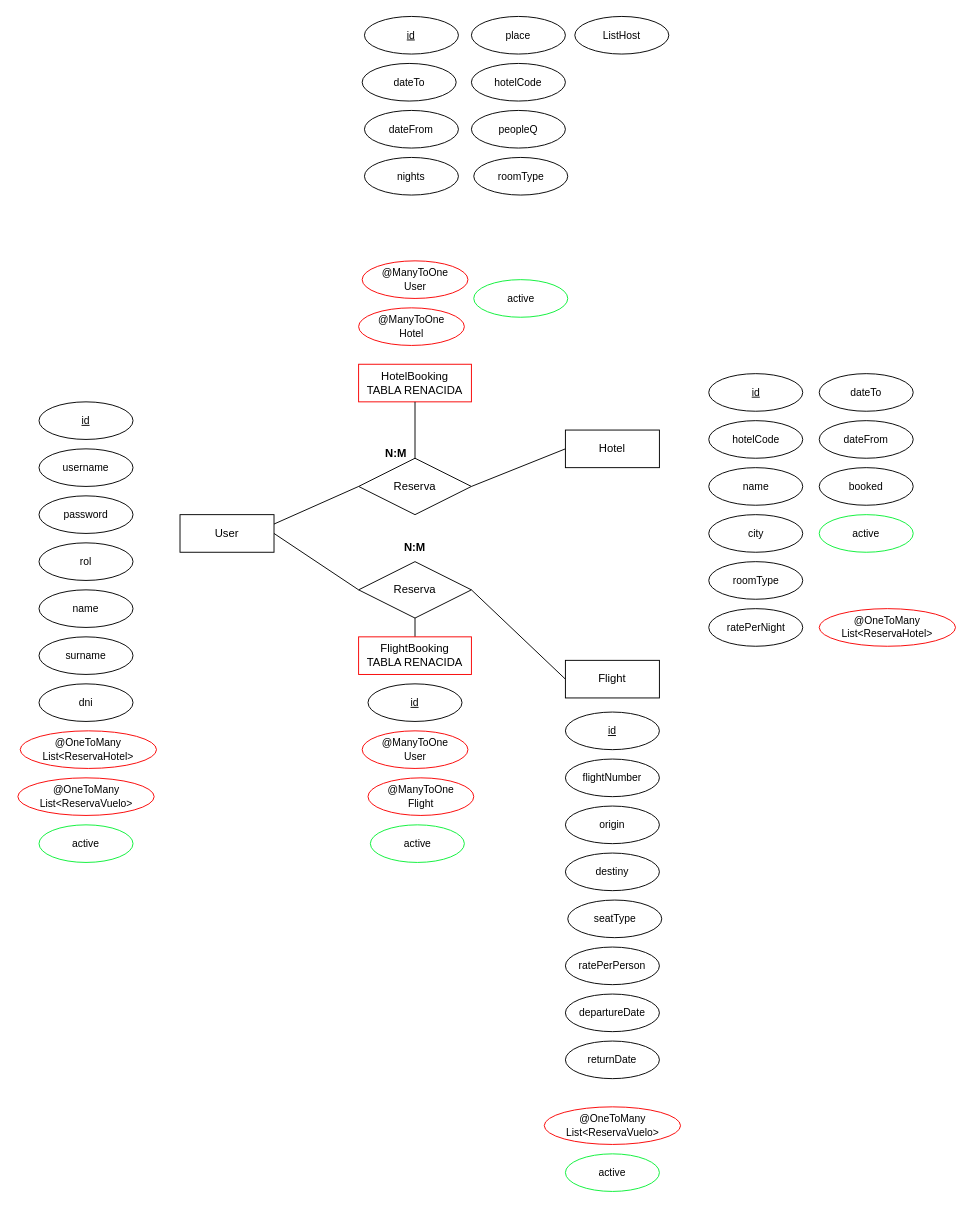
AlbertoArroyoS/albertoArroyo_pruebatec4 keeps this draw.io diagram as Diagrama.drawio. Above is the earlier version. Source tidied: cells renumbered, new cells numbered last; positions are measured from the earlier drawing's top-left corner, leaving out a move shared by most shapes. Both pictures are drawn from the tidied source at 94%, with x=0, y=0 at pixel (18, 16).
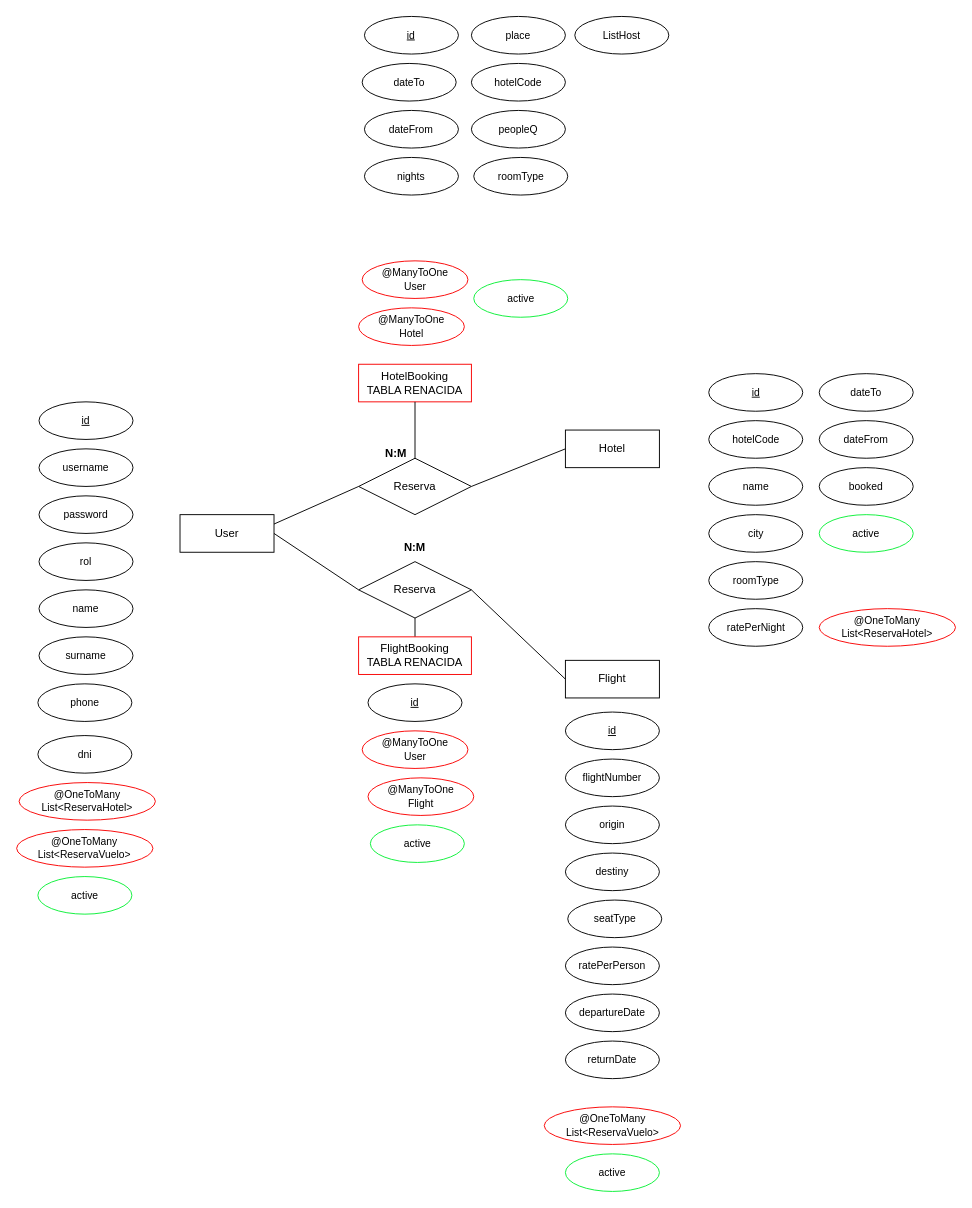
The same page after the edit.

Commit message (it also covers changes not shown here):
User model

The edit, as a diff of the source:
```diff
@@
     <mxCell id="25" value="@OneToMany&lt;div&gt;List&amp;lt;ReservaHotel&amp;gt;&lt;/div&gt;" style="ellipse;whiteSpace=wrap;html=1;align=center;fontFamily=Helvetica;fontSize=11;fontColor=default;labelBackgroundColor=default;strokeColor=light-dark(#f90101, #ededed);" parent="1" vertex="1">
-      <mxGeometry x="2" y="760" width="145" height="40" as="geometry" />
+      <mxGeometry x="0.8" y="815" width="145" height="40" as="geometry" />
     </mxCell>
     <mxCell id="26" value="@OneToMany&lt;div&gt;List&amp;lt;ReservaVuelo&amp;gt;&lt;/div&gt;" style="ellipse;whiteSpace=wrap;html=1;align=center;fontFamily=Helvetica;fontSize=11;fontColor=default;labelBackgroundColor=default;strokeColor=light-dark(#fa0000, #ededed);" parent="1" vertex="1">
-      <mxGeometry x="-0.5" y="810" width="145" height="40" as="geometry" />
+      <mxGeometry x="-1.8" y="865" width="145" height="40" as="geometry" />
     </mxCell>
@@
     <mxCell id="51" value="active" style="ellipse;whiteSpace=wrap;html=1;align=center;fontFamily=Helvetica;fontSize=11;fontColor=default;labelBackgroundColor=default;strokeColor=light-dark(#09f137, #ededed);" parent="1" vertex="1">
-      <mxGeometry x="22" y="860" width="100" height="40" as="geometry" />
+      <mxGeometry x="20.8" y="915" width="100" height="40" as="geometry" />
     </mxCell>
@@
     <mxCell id="63" value="dni" style="ellipse;whiteSpace=wrap;html=1;align=center;fontFamily=Helvetica;fontSize=11;fontColor=default;labelBackgroundColor=default;" parent="1" vertex="1">
-      <mxGeometry x="22" y="710" width="100" height="40" as="geometry" />
+      <mxGeometry x="20.8" y="765" width="100" height="40" as="geometry" />
     </mxCell>
+    <mxCell id="64" value="phone" style="ellipse;whiteSpace=wrap;html=1;align=center;fontFamily=Helvetica;fontSize=11;fontColor=default;labelBackgroundColor=default;" parent="1" vertex="1">
+      <mxGeometry x="20.8" y="710" width="100" height="40" as="geometry" />
+    </mxCell>
```
